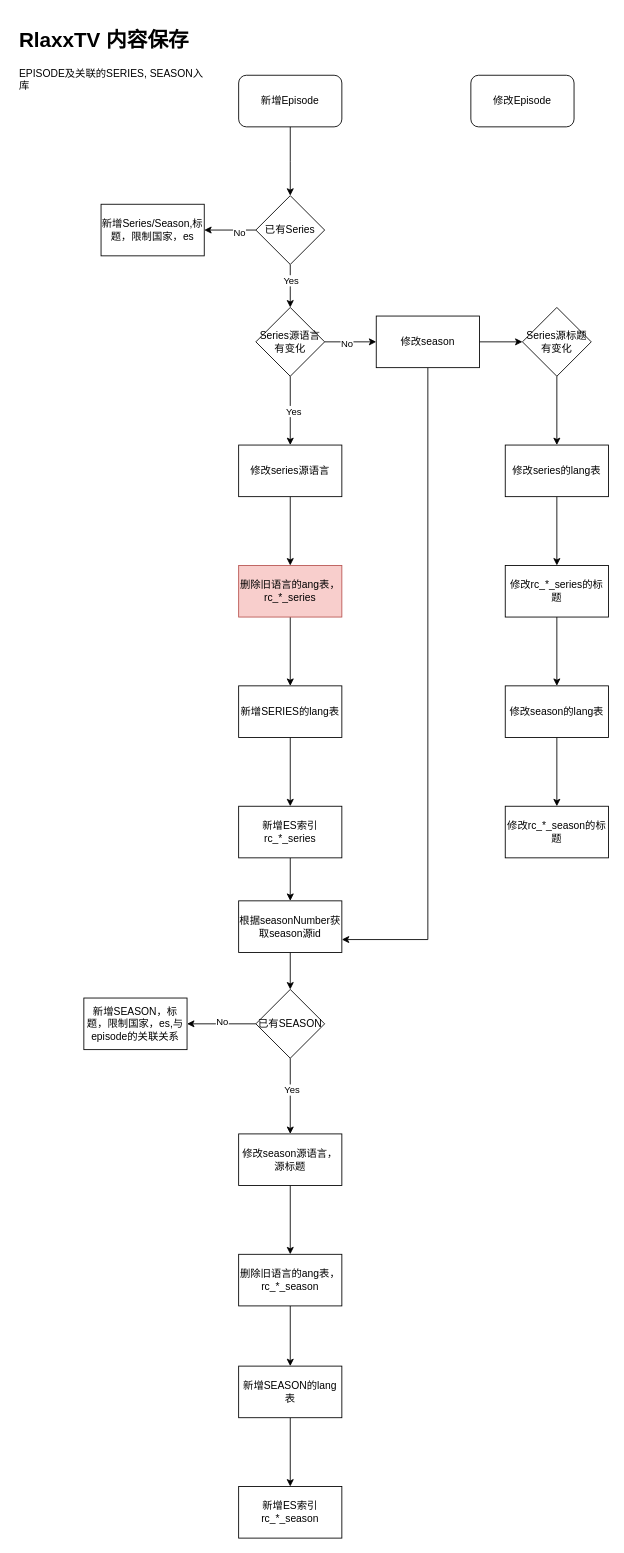
Before: page "第 1 页" (1 of 2) of update/RlaxxTV内容保存.drawio in stevezhouht/baiduCDP, a draw.io diagram. Source tidied: cells renumbered, new cells numbered last; positions are measured from the earlier drawing's top-left corner, leaving out a move shared by most shapes. Both pictures are drawn from the tidied source at 86%, with x=0, y=0 at pixel (15, 23).
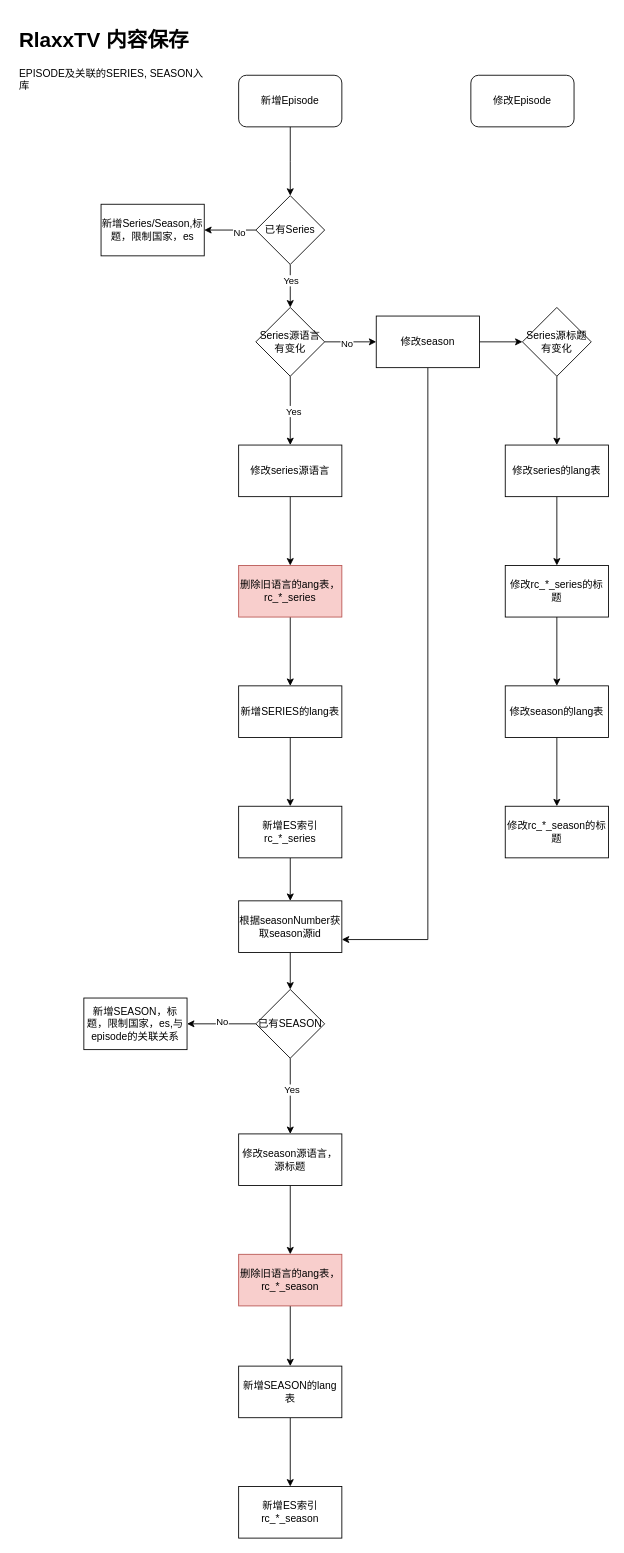
The same page after the edit.

Commit message (it also covers changes not shown here):
更新RlaxxTV内容保存.drawio

What changed in the source:
```diff
@@
-    <mxCell id="28" value="删除旧语言的ang表，rc_*_season" style="whiteSpace=wrap;html=1;" parent="1" vertex="1">
+    <mxCell id="28" value="删除旧语言的ang表，rc_*_season" style="whiteSpace=wrap;html=1;fillColor=#f8cecc;strokeColor=#b85450;" parent="1" vertex="1">
       <mxGeometry x="260" y="1431" width="120" height="60" as="geometry" />
     </mxCell>
```
